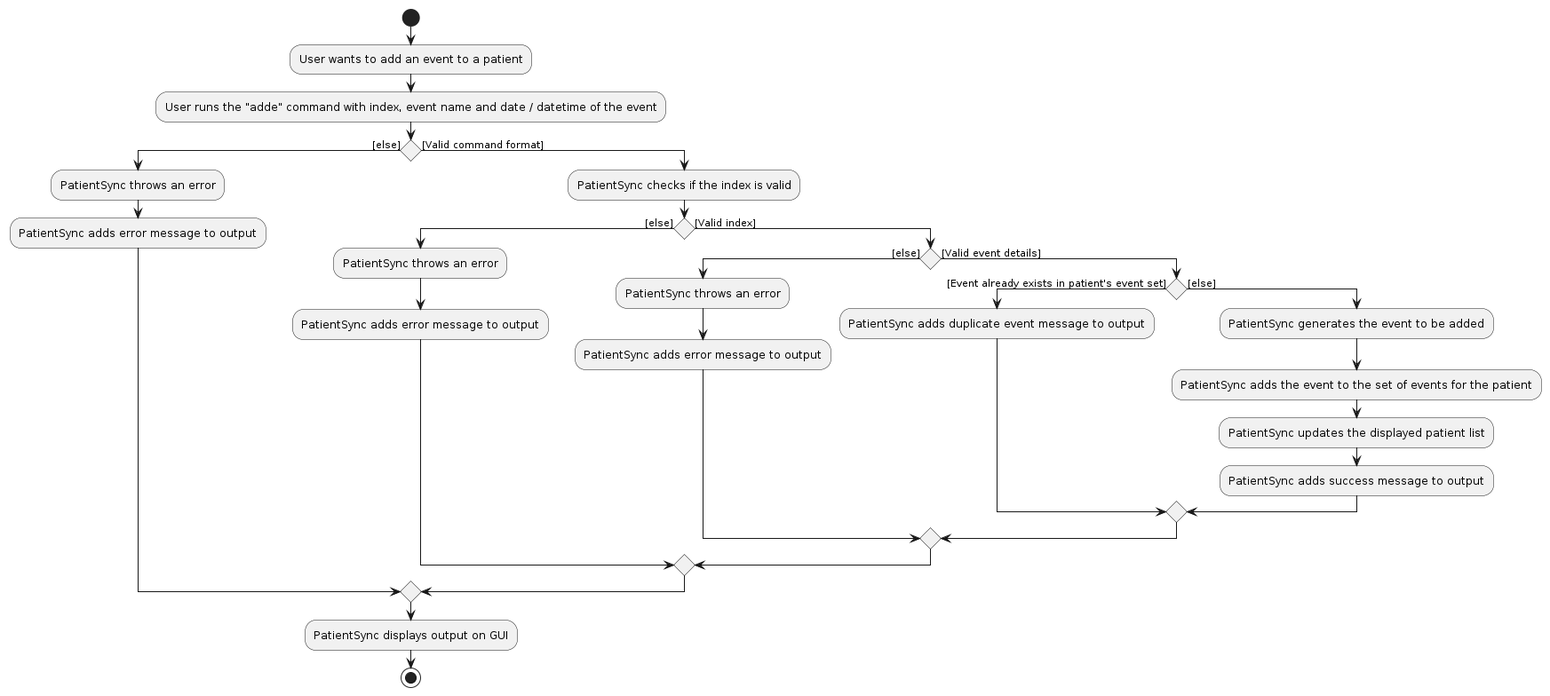
This is diagrams/AddEventActivityDiagram.png from NeoHW/tp, a PlantUML export, as it was before one commit. Its source is kept beside it as diagrams/AddEventActivityDiagram.puml.
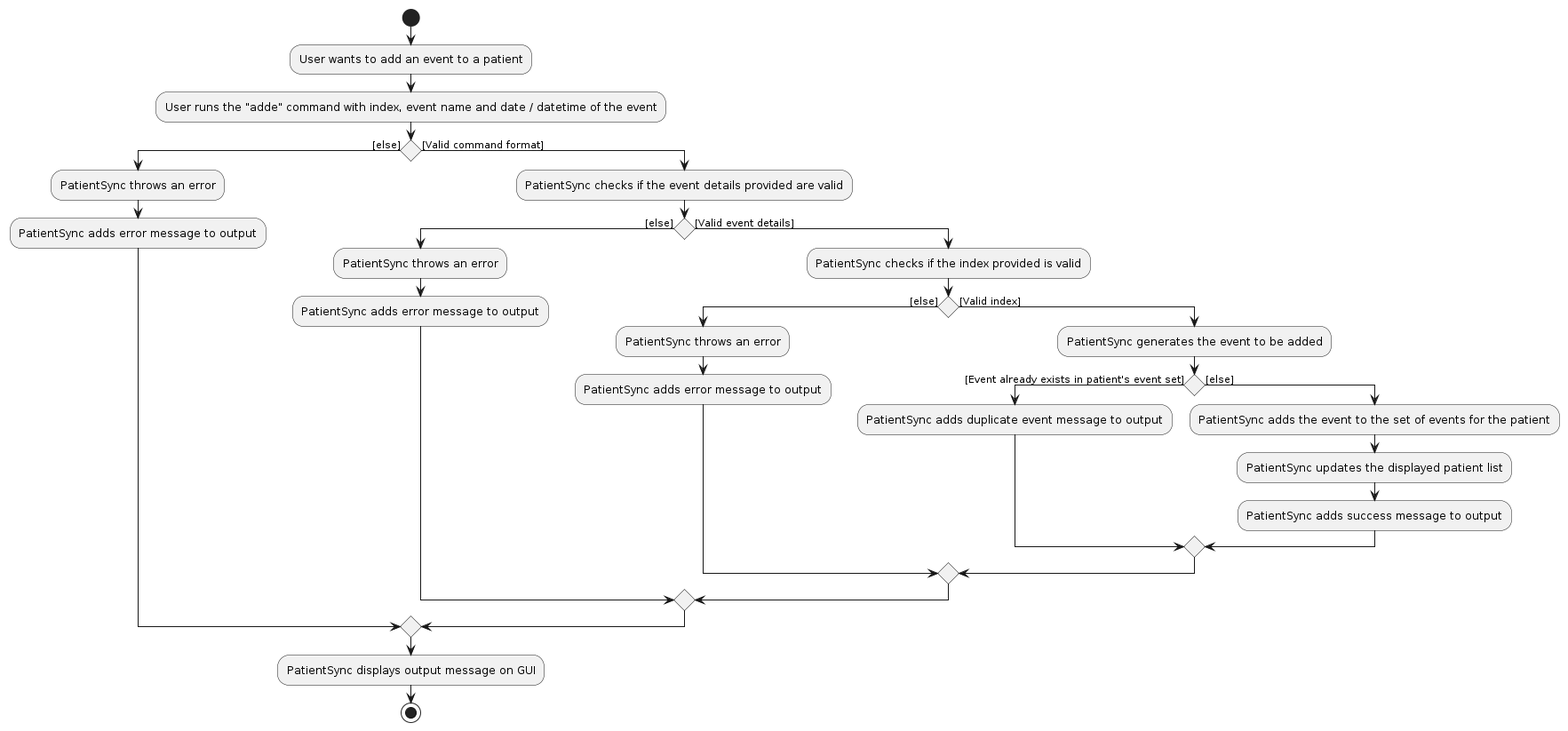
Later version of the same file.

Change to the diagram source:
```diff
@@ -6,19 +6,20 @@
     :PatientSync throws an error;
     :PatientSync adds error message to output;
 else ([Valid command format])
-    :PatientSync checks if the index is valid;
+    :PatientSync checks if the event details provided are valid;
     if () then ([else])
         :PatientSync throws an error;
         :PatientSync adds error message to output;
-    else ([Valid index])
+    else ([Valid event details])
+        :PatientSync checks if the index provided is valid;
         if () then ([else])
             :PatientSync throws an error;
             :PatientSync adds error message to output;
-        else ([Valid event details])
+        else ([Valid index])
+            :PatientSync generates the event to be added;
             if () then ([Event already exists in patient's event set])
                 :PatientSync adds duplicate event message to output;
             else ([else])
-                :PatientSync generates the event to be added;
                 :PatientSync adds the event to the set of events for the patient;
                 :PatientSync updates the displayed patient list;
                 :PatientSync adds success message to output;
@@ -26,6 +27,6 @@
         endif
     endif
 endif
-:PatientSync displays output on GUI;
+:PatientSync displays output message on GUI;
 stop
 @enduml
```
